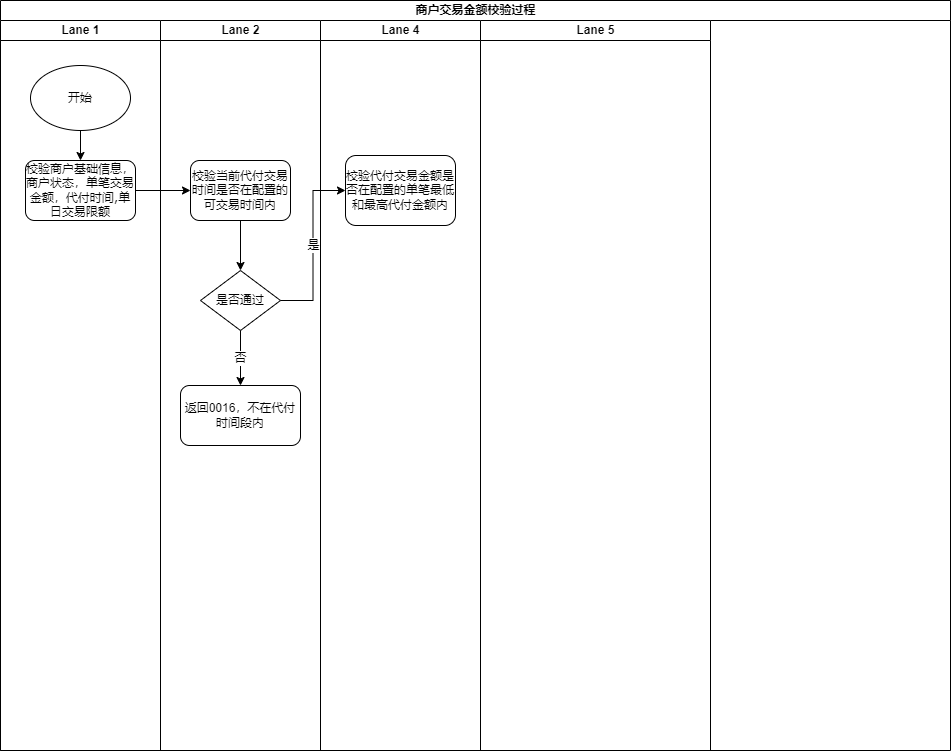
songyibo2019/mydiagrams keeps this draw.io diagram as 商户交易金额校验以及手续费计算.png. Above is the earlier version. Source tidied: cells renumbered, new cells last; positions are measured from the earlier drawing's top-left corner, leaving out a move shared by most shapes.
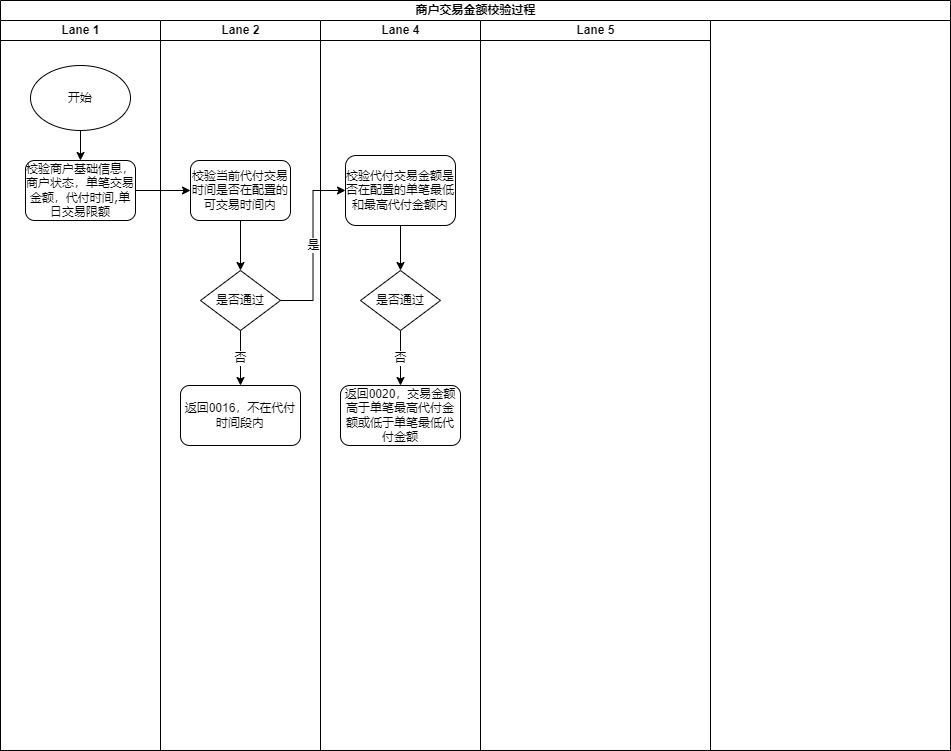
Later version of the same file.

Commit message:
Update 商户交易金额校验以及手续费计算.png

The edit, as a diff of the source:
```diff
@@ -38,9 +38,21 @@
     <mxCell id="13" value="Lane 4" style="swimlane;html=1;startSize=20;" parent="2" vertex="1">
       <mxGeometry x="320" y="20" width="160" height="730" as="geometry" />
     </mxCell>
+    <mxCell id="18" style="edgeStyle=orthogonalEdgeStyle;rounded=0;jettySize=auto;html=1;exitX=0.5;exitY=1;exitDx=0;exitDy=0;entryX=0.5;entryY=0;entryDx=0;entryDy=0;" parent="13" edge="1" source="14" target="20">
+      <mxGeometry relative="1" as="geometry" />
+    </mxCell>
     <mxCell id="14" value="&lt;span style=&quot;font-size: 8px&quot;&gt;校验代付交易金额是否在配置的单笔最低和最高代付金额内&lt;/span&gt;" style="rounded=1;whiteSpace=wrap;html=1;shadow=0;labelBackgroundColor=none;strokeWidth=1;fontFamily=Verdana;fontSize=8;align=center;" parent="13" vertex="1">
       <mxGeometry x="25" y="135" width="110" height="70" as="geometry" />
     </mxCell>
+    <mxCell id="19" value="否" style="edgeStyle=orthogonalEdgeStyle;rounded=0;jettySize=auto;html=1;exitX=0.5;exitY=1;exitDx=0;exitDy=0;entryX=0.5;entryY=0;entryDx=0;entryDy=0;" parent="13" edge="1" source="20" target="21">
+      <mxGeometry relative="1" as="geometry" />
+    </mxCell>
+    <mxCell id="20" value="&lt;span style=&quot;font-size: 11px&quot;&gt;是否通过&lt;/span&gt;" style="rhombus;whiteSpace=wrap;html=1;rounded=0;shadow=0;labelBackgroundColor=none;strokeWidth=1;fontFamily=Verdana;fontSize=8;align=center;" parent="13" vertex="1">
+      <mxGeometry x="40" y="250" width="80" height="60" as="geometry" />
+    </mxCell>
+    <mxCell id="21" value="返回0020，交易金额高于单笔最高代付金额或低于单笔最低代付金额" style="rounded=1;whiteSpace=wrap;html=1;" parent="13" vertex="1">
+      <mxGeometry x="20" y="365" width="120" height="60" as="geometry" />
+    </mxCell>
     <mxCell id="15" value="Lane 5" style="swimlane;html=1;startSize=20;" parent="2" vertex="1">
       <mxGeometry x="480" y="20" width="230" height="730" as="geometry" />
     </mxCell>
```
